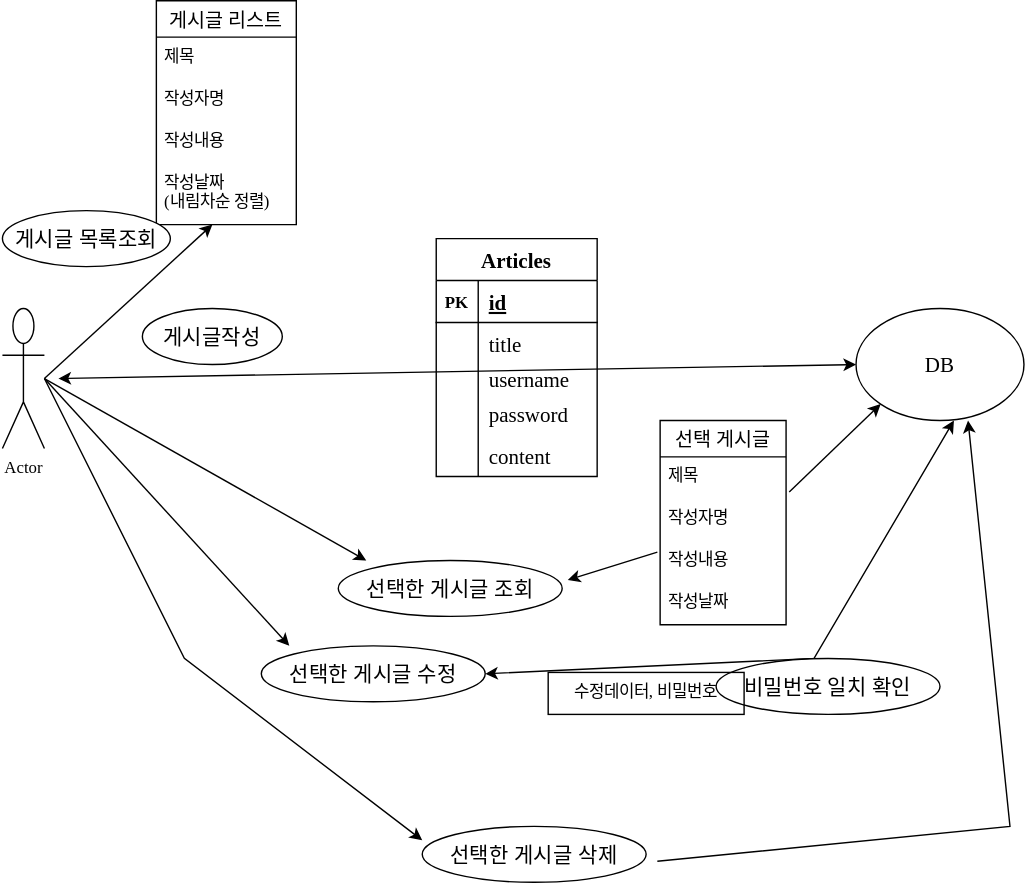
Earlier version of the draw.io export 입문UseCase.drawio.svg (sparta-advance-9team/hanghae9). Source tidied: cells renumbered, new cells last; positions are measured from the earlier drawing's top-left corner, leaving out a move shared by most shapes.
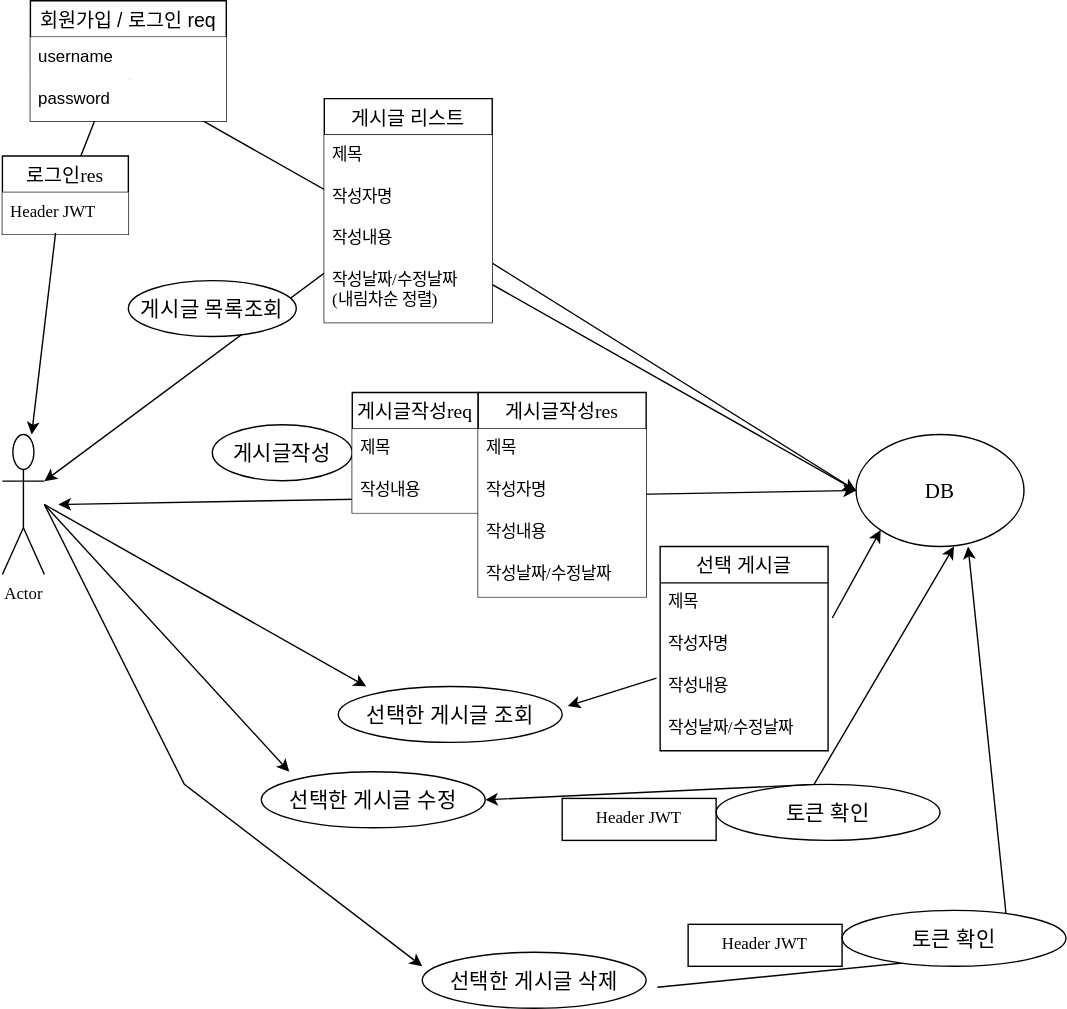
The same diagram one commit later.

What changed in the source:
```diff
@@ -2,83 +2,43 @@
   <root>
     <mxCell id="0" />
     <mxCell id="1" parent="0" />
+    <mxCell id="46" style="endArrow=classic;startArrow=none;html=1;rounded=0;entryX=0;entryY=0.5;entryDx=0;entryDy=0;" parent="1" edge="1" source="57" target="36">
+      <mxGeometry relative="1" as="geometry">
+        <Array as="points">
+          <mxPoint x="80" y="-40" />
+        </Array>
+      </mxGeometry>
+    </mxCell>
+    <mxCell id="47" style="endArrow=classic;html=1;rounded=0;exitX=0;exitY=0.5;exitDx=0;exitDy=0;entryX=1;entryY=0.3333333333333333;entryDx=0;entryDy=0;entryPerimeter=0;" parent="1" edge="1" source="36" target="3">
+      <mxGeometry relative="1" as="geometry">
+        <Array as="points">
+          <mxPoint x="290" y="60" />
+        </Array>
+      </mxGeometry>
+    </mxCell>
     <mxCell id="2" style="endArrow=classic;startArrow=none;html=1;rounded=0;fontFamily=Comic Sans MS;fontSize=15;exitX=1.025;exitY=0.35;exitDx=0;exitDy=0;exitPerimeter=0;entryX=0;entryY=1;entryDx=0;entryDy=0;" parent="1" edge="1" source="40" target="36">
       <mxGeometry relative="1" as="geometry" />
     </mxCell>
     <mxCell id="3" value="Actor" style="shape=umlActor;verticalLabelPosition=bottom;verticalAlign=top;html=1;outlineConnect=0;fontFamily=Comic Sans MS;" parent="1" vertex="1">
       <mxGeometry y="220" width="30" height="100" as="geometry" />
     </mxCell>
-    <mxCell id="4" style="endArrow=classic;html=1;rounded=0;fontFamily=Comic Sans MS;fontSize=15;" parent="1" edge="1">
-      <mxGeometry relative="1" as="geometry">
-        <mxPoint x="30" y="270" as="sourcePoint" />
-        <mxPoint x="150" y="160" as="targetPoint" />
-      </mxGeometry>
-    </mxCell>
-    <mxCell id="5" value="게시글 리스트" style="swimlane;fontStyle=0;horizontal=1;startSize=26;align=center;fontSize=14;fontFamily=Comic Sans MS;" parent="1" vertex="1">
-      <mxGeometry x="110" width="100" height="160" as="geometry" />
+    <mxCell id="5" value="게시글 리스트" style="swimlane;fontStyle=0;horizontal=1;startSize=26;align=center;fontSize=14;fontFamily=Comic Sans MS;fillColor=default;" parent="1" vertex="1">
+      <mxGeometry x="230" y="-20" width="120" height="160" as="geometry" />
     </mxCell>
-    <mxCell id="6" value="제목   " style="text;strokeColor=none;fillColor=none;spacingLeft=4;spacingRight=4;overflow=hidden;fontSize=12;fontFamily=Comic Sans MS;" parent="5" vertex="1">
-      <mxGeometry y="26" width="100" height="30" as="geometry" />
+    <mxCell id="6" value="제목   " style="text;strokeColor=none;fillColor=default;spacingLeft=4;spacingRight=4;overflow=hidden;fontSize=12;fontFamily=Comic Sans MS;" parent="5" vertex="1">
+      <mxGeometry y="26" width="120" height="30" as="geometry" />
     </mxCell>
-    <mxCell id="7" value="작성자명" style="text;strokeColor=none;fillColor=none;spacingLeft=4;spacingRight=4;overflow=hidden;fontSize=12;fontFamily=Comic Sans MS;" parent="5" vertex="1">
-      <mxGeometry y="56" width="100" height="30" as="geometry" />
+    <mxCell id="7" value="작성자명" style="text;strokeColor=none;fillColor=default;spacingLeft=4;spacingRight=4;overflow=hidden;fontSize=12;fontFamily=Comic Sans MS;" parent="5" vertex="1">
+      <mxGeometry y="56" width="120" height="30" as="geometry" />
     </mxCell>
-    <mxCell id="8" value="작성내용" style="text;strokeColor=none;fillColor=none;spacingLeft=4;spacingRight=4;overflow=hidden;fontSize=12;fontFamily=Comic Sans MS;" parent="5" vertex="1">
-      <mxGeometry y="86" width="100" height="30" as="geometry" />
+    <mxCell id="8" value="작성내용" style="text;strokeColor=none;fillColor=default;spacingLeft=4;spacingRight=4;overflow=hidden;fontSize=12;fontFamily=Comic Sans MS;" parent="5" vertex="1">
+      <mxGeometry y="86" width="120" height="30" as="geometry" />
     </mxCell>
-    <mxCell id="9" value="작성날짜  &#10;(내림차순 정렬)" style="text;strokeColor=none;fillColor=none;spacingLeft=4;spacingRight=4;overflow=hidden;fontSize=12;fontFamily=Comic Sans MS;" parent="5" vertex="1">
-      <mxGeometry y="116" width="100" height="44" as="geometry" />
+    <mxCell id="9" value="작성날짜/수정날짜  &#10;(내림차순 정렬)" style="text;strokeColor=none;fillColor=default;spacingLeft=4;spacingRight=4;overflow=hidden;fontSize=12;fontFamily=Comic Sans MS;" parent="5" vertex="1">
+      <mxGeometry y="116" width="120" height="44" as="geometry" />
     </mxCell>
-    <mxCell id="10" value="Articles" style="shape=table;startSize=30;rowLines=0;fontStyle=1;align=center;fontFamily=Comic Sans MS;fontSize=15;" parent="1" vertex="1">
-      <mxGeometry x="310" y="170" width="115" height="170" as="geometry" />
-    </mxCell>
-    <mxCell id="11" style="shape=tableRow;horizontal=0;startSize=0;swimlaneHead=0;swimlaneBody=0;fillColor=none;top=0;left=0;right=0;bottom=1;fontFamily=Comic Sans MS;" parent="10" vertex="1">
-      <mxGeometry y="30" width="115" height="30" as="geometry" />
-    </mxCell>
-    <mxCell id="12" value="PK" style="shape=partialRectangle;fillColor=none;top=0;left=0;bottom=0;right=0;fontStyle=1;overflow=hidden;fontFamily=Comic Sans MS;" parent="11" vertex="1">
-      <mxGeometry width="30" height="30" as="geometry" />
-    </mxCell>
-    <mxCell id="13" value="id" style="shape=partialRectangle;fillColor=none;top=0;left=0;bottom=0;right=0;align=left;spacingLeft=6;fontStyle=5;overflow=hidden;fontFamily=Comic Sans MS;fontSize=15;" parent="11" vertex="1">
-      <mxGeometry x="30" width="85" height="30" as="geometry" />
-    </mxCell>
-    <mxCell id="14" style="shape=tableRow;horizontal=0;startSize=0;swimlaneHead=0;swimlaneBody=0;fillColor=none;top=0;left=0;right=0;bottom=0;fontFamily=Comic Sans MS;" parent="10" vertex="1">
-      <mxGeometry y="60" width="115" height="30" as="geometry" />
-    </mxCell>
-    <mxCell id="15" style="shape=partialRectangle;fillColor=none;top=0;left=0;bottom=0;right=0;overflow=hidden;fontFamily=Comic Sans MS;" parent="14" vertex="1">
-      <mxGeometry width="30" height="30" as="geometry" />
-    </mxCell>
-    <mxCell id="16" value="title" style="shape=partialRectangle;fillColor=none;top=0;left=0;bottom=0;right=0;align=left;spacingLeft=6;overflow=hidden;fontFamily=Comic Sans MS;fontSize=15;" parent="14" vertex="1">
-      <mxGeometry x="30" width="85" height="30" as="geometry" />
-    </mxCell>
-    <mxCell id="17" style="shape=tableRow;horizontal=0;startSize=0;swimlaneHead=0;swimlaneBody=0;fillColor=none;top=0;left=0;right=0;bottom=0;fontFamily=Comic Sans MS;" parent="10" vertex="1">
-      <mxGeometry y="90" width="115" height="20" as="geometry" />
-    </mxCell>
-    <mxCell id="18" style="shape=partialRectangle;fillColor=none;top=0;left=0;bottom=0;right=0;overflow=hidden;fontFamily=Comic Sans MS;" parent="17" vertex="1">
-      <mxGeometry width="30" height="20" as="geometry" />
-    </mxCell>
-    <mxCell id="19" value="username" style="shape=partialRectangle;fillColor=none;top=0;left=0;bottom=0;right=0;align=left;spacingLeft=6;overflow=hidden;fontFamily=Comic Sans MS;fontSize=15;" parent="17" vertex="1">
-      <mxGeometry x="30" width="85" height="20" as="geometry" />
-    </mxCell>
-    <mxCell id="20" style="shape=tableRow;horizontal=0;startSize=0;swimlaneHead=0;swimlaneBody=0;fillColor=none;top=0;left=0;right=0;bottom=0;fontFamily=Comic Sans MS;" parent="10" vertex="1">
-      <mxGeometry y="110" width="115" height="30" as="geometry" />
-    </mxCell>
-    <mxCell id="21" style="shape=partialRectangle;fillColor=none;top=0;left=0;bottom=0;right=0;overflow=hidden;fontFamily=Comic Sans MS;" parent="20" vertex="1">
-      <mxGeometry width="30" height="30" as="geometry" />
-    </mxCell>
-    <mxCell id="22" value="password" style="shape=partialRectangle;fillColor=none;top=0;left=0;bottom=0;right=0;align=left;spacingLeft=6;overflow=hidden;fontFamily=Comic Sans MS;fontSize=15;" parent="20" vertex="1">
-      <mxGeometry x="30" width="85" height="30" as="geometry" />
-    </mxCell>
-    <mxCell id="23" style="shape=tableRow;horizontal=0;startSize=0;swimlaneHead=0;swimlaneBody=0;fillColor=none;top=0;left=0;right=0;bottom=0;fontFamily=Comic Sans MS;" parent="10" vertex="1">
-      <mxGeometry y="140" width="115" height="30" as="geometry" />
-    </mxCell>
-    <mxCell id="24" style="shape=partialRectangle;fillColor=none;top=0;left=0;bottom=0;right=0;overflow=hidden;fontFamily=Comic Sans MS;" parent="23" vertex="1">
-      <mxGeometry width="30" height="30" as="geometry" />
-    </mxCell>
-    <mxCell id="25" value="content" style="shape=partialRectangle;fillColor=none;top=0;left=0;bottom=0;right=0;align=left;spacingLeft=6;overflow=hidden;fontFamily=Comic Sans MS;fontSize=15;" parent="23" vertex="1">
-      <mxGeometry x="30" width="85" height="30" as="geometry" />
-    </mxCell>
     <mxCell id="26" value="게시글작성" style="ellipse;whiteSpace=wrap;html=1;align=center;fontFamily=Comic Sans MS;fontSize=15;" parent="1" vertex="1">
-      <mxGeometry x="100" y="220" width="100" height="40" as="geometry" />
+      <mxGeometry x="150" y="213" width="100" height="40" as="geometry" />
     </mxCell>
     <mxCell id="27" style="endArrow=classic;html=1;rounded=0;fontFamily=Comic Sans MS;fontSize=15;" parent="1" edge="1">
       <mxGeometry relative="1" as="geometry">
@@ -109,14 +69,11 @@
         </Array>
       </mxGeometry>
     </mxCell>
-    <mxCell id="33" value="게시글 목록조회" style="ellipse;whiteSpace=wrap;html=1;align=center;fontFamily=Comic Sans MS;fontSize=15;" parent="1" vertex="1">
-      <mxGeometry y="150" width="120" height="40" as="geometry" />
-    </mxCell>
-    <mxCell id="34" value="비밀번호 일치 확인" style="ellipse;whiteSpace=wrap;html=1;align=center;fontFamily=Comic Sans MS;fontSize=15;" parent="1" vertex="1">
+    <mxCell id="34" value="토큰 확인" style="ellipse;whiteSpace=wrap;html=1;align=center;fontFamily=Comic Sans MS;fontSize=15;" parent="1" vertex="1">
       <mxGeometry x="510" y="470" width="160" height="40" as="geometry" />
     </mxCell>
-    <mxCell id="35" value="수정데이터, 비밀번호" style="text;strokeColor=default;fillColor=none;spacingLeft=4;spacingRight=4;overflow=hidden;fontSize=12;fontFamily=Comic Sans MS;align=center;" parent="1" vertex="1">
-      <mxGeometry x="390" y="480" width="140" height="30" as="geometry" />
+    <mxCell id="35" value="Header JWT" style="text;strokeColor=default;fillColor=none;spacingLeft=4;spacingRight=4;overflow=hidden;fontSize=12;fontFamily=Comic Sans MS;align=center;" parent="1" vertex="1">
+      <mxGeometry x="400" y="480" width="110" height="30" as="geometry" />
     </mxCell>
     <mxCell id="36" value="DB" style="ellipse;whiteSpace=wrap;html=1;strokeColor=default;fontFamily=Comic Sans MS;fontSize=15;" parent="1" vertex="1">
       <mxGeometry x="610" y="220" width="120" height="80" as="geometry" />
@@ -141,22 +98,73 @@
       </mxGeometry>
     </mxCell>
     <mxCell id="40" value="선택 게시글" style="swimlane;fontStyle=0;horizontal=1;startSize=26;align=center;fontSize=14;fontFamily=Comic Sans MS;fillStyle=solid;" parent="1" vertex="1">
-      <mxGeometry x="470" y="300" width="90" height="146" as="geometry" />
+      <mxGeometry x="470" y="300" width="120" height="146" as="geometry" />
     </mxCell>
     <mxCell id="41" value="제목   " style="text;strokeColor=none;fillColor=none;spacingLeft=4;spacingRight=4;overflow=hidden;fontSize=12;fontFamily=Comic Sans MS;" parent="40" vertex="1">
-      <mxGeometry y="26" width="90" height="30" as="geometry" />
+      <mxGeometry y="26" width="120" height="30" as="geometry" />
     </mxCell>
     <mxCell id="42" value="작성자명" style="text;strokeColor=none;fillColor=none;spacingLeft=4;spacingRight=4;overflow=hidden;fontSize=12;fontFamily=Comic Sans MS;" parent="40" vertex="1">
-      <mxGeometry y="56" width="90" height="30" as="geometry" />
+      <mxGeometry y="56" width="120" height="30" as="geometry" />
     </mxCell>
     <mxCell id="43" value="작성내용" style="text;strokeColor=none;fillColor=none;spacingLeft=4;spacingRight=4;overflow=hidden;points=[[0,0.5],[1,0.5]];portConstraint=eastwest;fontSize=12;fontFamily=Comic Sans MS;" parent="40" vertex="1">
-      <mxGeometry y="86" width="90" height="30" as="geometry" />
+      <mxGeometry y="86" width="120" height="30" as="geometry" />
     </mxCell>
-    <mxCell id="44" value="작성날짜" style="text;strokeColor=none;fillColor=none;spacingLeft=4;spacingRight=4;overflow=hidden;fontSize=12;fontFamily=Comic Sans MS;" parent="40" vertex="1">
-      <mxGeometry y="116" width="90" height="30" as="geometry" />
+    <mxCell id="44" value="작성날짜/수정날짜" style="text;strokeColor=none;fillColor=none;spacingLeft=4;spacingRight=4;overflow=hidden;fontSize=12;fontFamily=Comic Sans MS;" parent="40" vertex="1">
+      <mxGeometry y="116" width="120" height="30" as="geometry" />
     </mxCell>
     <mxCell id="45" style="endArrow=none;startArrow=classic;html=1;rounded=0;fontFamily=Comic Sans MS;fontSize=15;exitX=1.025;exitY=0.35;exitDx=0;exitDy=0;exitPerimeter=0;entryX=-0.022;entryY=0.267;entryDx=0;entryDy=0;entryPerimeter=0;" parent="1" edge="1" source="28" target="43">
       <mxGeometry relative="1" as="geometry" />
     </mxCell>
+    <mxCell id="48" value="회원가입 / 로그인 req" style="swimlane;fontStyle=0;horizontal=1;startSize=26;align=center;fontSize=14;fillColor=default;" parent="1" vertex="1">
+      <mxGeometry x="20" y="-90" width="140" height="86" as="geometry" />
+    </mxCell>
+    <mxCell id="19" value="username" style="text;strokeColor=none;fillColor=default;spacingLeft=4;spacingRight=4;overflow=hidden;fontSize=12;" parent="48" vertex="1">
+      <mxGeometry y="26" width="140" height="30" as="geometry" />
+    </mxCell>
+    <mxCell id="22" value="password" style="text;strokeColor=none;fillColor=default;spacingLeft=4;spacingRight=4;overflow=hidden;fontSize=12;" parent="48" vertex="1">
+      <mxGeometry y="56" width="140" height="30" as="geometry" />
+    </mxCell>
+    <mxCell id="33" value="게시글 목록조회" style="ellipse;whiteSpace=wrap;html=1;align=center;fontFamily=Comic Sans MS;fontSize=15;" parent="1" vertex="1">
+      <mxGeometry x="90" y="110" width="120" height="40" as="geometry" />
+    </mxCell>
+    <mxCell id="49" value="게시글작성req" style="swimlane;fontStyle=0;horizontal=1;startSize=26;align=center;fontSize=14;fontFamily=Comic Sans MS;fillStyle=solid;fillColor=default;" parent="1" vertex="1">
+      <mxGeometry x="250" y="190" width="90" height="86" as="geometry" />
+    </mxCell>
+    <mxCell id="50" value="제목   " style="text;strokeColor=none;fillColor=default;spacingLeft=4;spacingRight=4;overflow=hidden;fontSize=12;fontFamily=Comic Sans MS;" parent="49" vertex="1">
+      <mxGeometry y="26" width="90" height="30" as="geometry" />
+    </mxCell>
+    <mxCell id="51" value="작성내용" style="text;strokeColor=none;fillColor=default;spacingLeft=4;spacingRight=4;overflow=hidden;fontSize=12;fontFamily=Comic Sans MS;" parent="49" vertex="1">
+      <mxGeometry y="56" width="90" height="30" as="geometry" />
+    </mxCell>
+    <mxCell id="52" value="게시글작성res" style="swimlane;fontStyle=0;horizontal=1;startSize=26;align=center;fontSize=14;fontFamily=Comic Sans MS;fillStyle=solid;fillColor=default;swimlaneFillColor=default;" parent="1" vertex="1">
+      <mxGeometry x="340" y="190" width="120" height="146" as="geometry" />
+    </mxCell>
+    <mxCell id="53" value="제목   " style="text;strokeColor=none;fillColor=default;spacingLeft=4;spacingRight=4;overflow=hidden;fontSize=12;fontFamily=Comic Sans MS;swimlaneFillColor=default;" parent="52" vertex="1">
+      <mxGeometry y="26" width="120" height="30" as="geometry" />
+    </mxCell>
+    <mxCell id="54" value="작성자명" style="text;strokeColor=none;fillColor=default;spacingLeft=4;spacingRight=4;overflow=hidden;fontSize=12;fontFamily=Comic Sans MS;swimlaneFillColor=default;" parent="52" vertex="1">
+      <mxGeometry y="56" width="120" height="30" as="geometry" />
+    </mxCell>
+    <mxCell id="55" value="작성내용" style="text;strokeColor=none;fillColor=default;spacingLeft=4;spacingRight=4;overflow=hidden;fontSize=12;fontFamily=Comic Sans MS;swimlaneFillColor=default;" parent="52" vertex="1">
+      <mxGeometry y="86" width="120" height="30" as="geometry" />
+    </mxCell>
+    <mxCell id="56" value="작성날짜/수정날짜" style="text;strokeColor=none;fillColor=default;spacingLeft=4;spacingRight=4;overflow=hidden;fontSize=12;fontFamily=Comic Sans MS;swimlaneFillColor=default;" parent="52" vertex="1">
+      <mxGeometry y="116" width="120" height="30" as="geometry" />
+    </mxCell>
+    <mxCell id="57" value="로그인res" style="swimlane;fontStyle=0;horizontal=1;startSize=26;align=center;fontSize=14;fontFamily=Comic Sans MS;fillStyle=solid;fillColor=default;swimlaneFillColor=default;" parent="1" vertex="1">
+      <mxGeometry y="21" width="90" height="56" as="geometry" />
+    </mxCell>
+    <mxCell id="58" value="Header JWT" style="text;strokeColor=none;fillColor=default;spacingLeft=4;spacingRight=4;overflow=hidden;points=[[0,0.5],[1,0.5]];portConstraint=eastwest;fontSize=12;fontFamily=Comic Sans MS;swimlaneFillColor=default;" parent="57" vertex="1">
+      <mxGeometry y="26" width="90" height="30" as="geometry" />
+    </mxCell>
+    <mxCell id="59" style="endArrow=none;startArrow=classic;html=1;rounded=0;entryX=0.422;entryY=0.967;entryDx=0;entryDy=0;entryPerimeter=0;" parent="1" edge="1" source="3" target="58">
+      <mxGeometry relative="1" as="geometry" />
+    </mxCell>
+    <mxCell id="60" value="토큰 확인" style="ellipse;whiteSpace=wrap;html=1;align=center;fontFamily=Comic Sans MS;fontSize=15;" parent="1" vertex="1">
+      <mxGeometry x="600" y="560" width="160" height="40" as="geometry" />
+    </mxCell>
+    <mxCell id="61" value="Header JWT" style="text;strokeColor=default;fillColor=none;spacingLeft=4;spacingRight=4;overflow=hidden;fontSize=12;fontFamily=Comic Sans MS;align=center;" parent="1" vertex="1">
+      <mxGeometry x="490" y="570" width="110" height="30" as="geometry" />
+    </mxCell>
   </root>
 </mxGraphModel>
```
